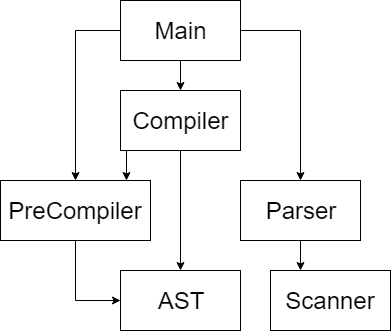
Before: Poster/ModuleHierarchy.png, a diagram exported from draw.io (bmaclach/GameStructureLanguage). Source tidied: cells renumbered, new cells last; positions are measured from the earlier drawing's top-left corner, leaving out a move shared by most shapes. Its diagram source:
```xml
<mxGraphModel>
  <root>
    <mxCell id="0" />
    <mxCell id="1" parent="0" />
    <mxCell id="2" style="edgeStyle=orthogonalEdgeStyle;rounded=0;jettySize=auto;html=1;exitX=0.5;exitY=1;exitDx=0;exitDy=0;entryX=0.5;entryY=0;entryDx=0;entryDy=0;" parent="1" edge="1" source="5" target="13">
      <mxGeometry relative="1" as="geometry" />
    </mxCell>
    <mxCell id="3" style="edgeStyle=orthogonalEdgeStyle;rounded=0;jettySize=auto;html=1;exitX=0;exitY=0.5;exitDx=0;exitDy=0;entryX=0.5;entryY=0;entryDx=0;entryDy=0;" parent="1" edge="1" source="5" target="10">
      <mxGeometry relative="1" as="geometry" />
    </mxCell>
    <mxCell id="4" style="edgeStyle=orthogonalEdgeStyle;rounded=0;jettySize=auto;html=1;exitX=1;exitY=0.5;exitDx=0;exitDy=0;entryX=0.5;entryY=0;entryDx=0;entryDy=0;" parent="1" edge="1" source="5" target="8">
      <mxGeometry relative="1" as="geometry" />
    </mxCell>
    <mxCell id="5" value="&lt;font style=&quot;font-size: 24px&quot;&gt;Main&lt;/font&gt;" style="rounded=0;whiteSpace=wrap;html=1;" parent="1" vertex="1">
      <mxGeometry x="120" width="120" height="60" as="geometry" />
    </mxCell>
    <mxCell id="6" value="&lt;font style=&quot;font-size: 24px&quot;&gt;Scanner&lt;/font&gt;" style="rounded=0;whiteSpace=wrap;html=1;" parent="1" vertex="1">
      <mxGeometry x="270" y="270" width="120" height="60" as="geometry" />
    </mxCell>
    <mxCell id="7" style="edgeStyle=orthogonalEdgeStyle;rounded=0;jettySize=auto;html=1;exitX=0.5;exitY=1;exitDx=0;exitDy=0;entryX=0.25;entryY=0;entryDx=0;entryDy=0;" parent="1" edge="1" source="8" target="6">
      <mxGeometry relative="1" as="geometry" />
    </mxCell>
    <mxCell id="8" value="&lt;font style=&quot;font-size: 24px&quot;&gt;Parser&lt;/font&gt;" style="rounded=0;whiteSpace=wrap;html=1;" parent="1" vertex="1">
      <mxGeometry x="240" y="180" width="120" height="60" as="geometry" />
    </mxCell>
    <mxCell id="9" style="edgeStyle=orthogonalEdgeStyle;rounded=0;jettySize=auto;html=1;exitX=0.5;exitY=1;exitDx=0;exitDy=0;entryX=0;entryY=0.5;entryDx=0;entryDy=0;" parent="1" edge="1" source="10" target="14">
      <mxGeometry relative="1" as="geometry" />
    </mxCell>
    <mxCell id="10" value="&lt;font style=&quot;font-size: 24px&quot;&gt;PreCompiler&lt;/font&gt;" style="rounded=0;whiteSpace=wrap;html=1;" parent="1" vertex="1">
      <mxGeometry y="180" width="150" height="60" as="geometry" />
    </mxCell>
    <mxCell id="11" style="edgeStyle=orthogonalEdgeStyle;rounded=0;jettySize=auto;html=1;exitX=0.5;exitY=1;exitDx=0;exitDy=0;entryX=0.5;entryY=0;entryDx=0;entryDy=0;" parent="1" edge="1" source="13" target="14">
      <mxGeometry relative="1" as="geometry" />
    </mxCell>
    <mxCell id="12" style="edgeStyle=orthogonalEdgeStyle;rounded=0;jettySize=auto;html=1;exitX=0.25;exitY=1;exitDx=0;exitDy=0;entryX=0.84;entryY=0;entryDx=0;entryDy=0;entryPerimeter=0;" parent="1" edge="1" source="13" target="10">
      <mxGeometry relative="1" as="geometry" />
    </mxCell>
    <mxCell id="13" value="&lt;font style=&quot;font-size: 24px&quot;&gt;Compiler&lt;/font&gt;" style="rounded=0;whiteSpace=wrap;html=1;" parent="1" vertex="1">
      <mxGeometry x="120" y="90" width="120" height="60" as="geometry" />
    </mxCell>
    <mxCell id="14" value="&lt;font style=&quot;font-size: 24px&quot;&gt;AST&lt;/font&gt;" style="rounded=0;whiteSpace=wrap;html=1;" parent="1" vertex="1">
      <mxGeometry x="120" y="270" width="120" height="60" as="geometry" />
    </mxCell>
  </root>
</mxGraphModel>
```
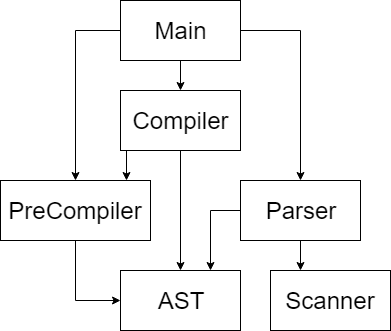
The same file after the commit.

The edit, as a diff of the source:
```diff
@@ -20,6 +20,9 @@
     <mxCell id="7" style="edgeStyle=orthogonalEdgeStyle;rounded=0;jettySize=auto;html=1;exitX=0.5;exitY=1;exitDx=0;exitDy=0;entryX=0.25;entryY=0;entryDx=0;entryDy=0;" parent="1" edge="1" source="8" target="6">
       <mxGeometry relative="1" as="geometry" />
     </mxCell>
+    <mxCell id="15" style="edgeStyle=orthogonalEdgeStyle;rounded=0;jettySize=auto;html=1;exitX=0;exitY=0.5;exitDx=0;exitDy=0;entryX=0.75;entryY=0;entryDx=0;entryDy=0;" parent="1" edge="1" source="8" target="14">
+      <mxGeometry relative="1" as="geometry" />
+    </mxCell>
     <mxCell id="8" value="&lt;font style=&quot;font-size: 24px&quot;&gt;Parser&lt;/font&gt;" style="rounded=0;whiteSpace=wrap;html=1;" parent="1" vertex="1">
       <mxGeometry x="240" y="180" width="120" height="60" as="geometry" />
     </mxCell>
```
